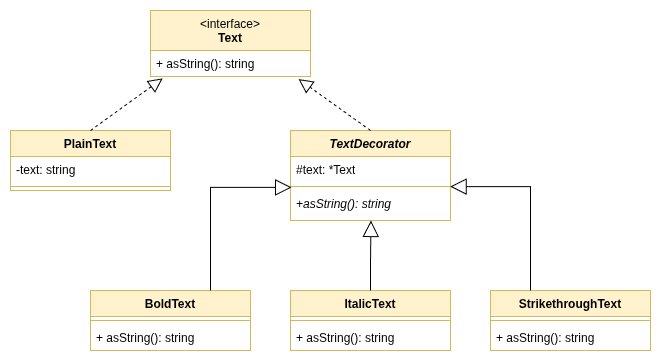
This is 05-Decorator/UML/uml.png from MrCabbageStick/Design-Patterns-Challange, a draw.io export, as it was before one commit. Source tidied: cells renumbered, new cells last; positions are measured from the earlier drawing's top-left corner, leaving out a move shared by most shapes. The source it was exported from:
```xml
<mxGraphModel>
  <root>
    <mxCell id="0" />
    <mxCell id="1" parent="0" />
    <mxCell id="2" value="&lt;span style=&quot;font-weight: normal;&quot;&gt;&amp;lt;interface&amp;gt;&lt;br&gt;&lt;/span&gt;Text" style="swimlane;fontStyle=1;align=center;verticalAlign=top;horizontal=1;startSize=40;whiteSpace=wrap;html=1;fillColor=#fff2cc;strokeColor=#d6b656;" parent="1" vertex="1">
      <mxGeometry x="140" width="160" height="66" as="geometry" />
    </mxCell>
    <mxCell id="3" value="+ asString(): string" style="text;strokeColor=none;fillColor=none;align=left;verticalAlign=top;spacingLeft=4;spacingRight=4;overflow=hidden;points=[[0,0.5],[1,0.5]];portConstraint=eastwest;whiteSpace=wrap;html=1;" parent="2" vertex="1">
      <mxGeometry y="40" width="160" height="26" as="geometry" />
    </mxCell>
    <mxCell id="4" value="PlainText" style="swimlane;fontStyle=1;align=center;verticalAlign=top;horizontal=1;startSize=26;whiteSpace=wrap;html=1;fillColor=#fff2cc;strokeColor=#d6b656;" parent="1" vertex="1">
      <mxGeometry y="120" width="160" height="60" as="geometry" />
    </mxCell>
    <mxCell id="5" value="-text: string" style="text;strokeColor=none;fillColor=none;align=left;verticalAlign=top;spacingLeft=4;spacingRight=4;overflow=hidden;whiteSpace=wrap;html=1;" parent="4" vertex="1">
      <mxGeometry y="26" width="160" height="26" as="geometry" />
    </mxCell>
    <mxCell id="6" style="line;strokeWidth=1;fillColor=none;align=left;verticalAlign=middle;spacingTop=-1;spacingLeft=3;spacingRight=3;labelPosition=right;strokeColor=inherit;" parent="4" vertex="1">
      <mxGeometry y="52" width="160" height="8" as="geometry" />
    </mxCell>
    <mxCell id="7" value="&lt;i&gt;TextDecorator&lt;/i&gt;" style="swimlane;fontStyle=1;align=center;verticalAlign=top;horizontal=1;startSize=26;whiteSpace=wrap;html=1;fillColor=#fff2cc;strokeColor=#d6b656;" parent="1" vertex="1">
      <mxGeometry x="280" y="120" width="160" height="90" as="geometry" />
    </mxCell>
    <mxCell id="8" style="endArrow=block;dashed=1;endFill=0;endSize=12;html=1;rounded=0;entryX=0.925;entryY=1.099;entryDx=0;entryDy=0;entryPerimeter=0;" parent="7" edge="1" target="3">
      <mxGeometry relative="1" as="geometry">
        <mxPoint x="80" as="sourcePoint" />
      </mxGeometry>
    </mxCell>
    <mxCell id="9" value="#text: *Text" style="text;strokeColor=none;fillColor=none;align=left;verticalAlign=top;spacingLeft=4;spacingRight=4;overflow=hidden;points=[[0,0.5],[1,0.5]];portConstraint=eastwest;whiteSpace=wrap;html=1;" parent="7" vertex="1">
      <mxGeometry y="26" width="160" height="26" as="geometry" />
    </mxCell>
    <mxCell id="10" style="line;strokeWidth=1;fillColor=none;align=left;verticalAlign=middle;spacingTop=-1;spacingLeft=3;spacingRight=3;labelPosition=right;points=[];portConstraint=eastwest;strokeColor=inherit;" parent="7" vertex="1">
      <mxGeometry y="52" width="160" height="8" as="geometry" />
    </mxCell>
    <mxCell id="11" value="&lt;i&gt;+asString(): string&lt;/i&gt;" style="text;strokeColor=none;fillColor=none;align=left;verticalAlign=top;spacingLeft=4;spacingRight=4;overflow=hidden;points=[[0,0.5],[1,0.5]];portConstraint=eastwest;whiteSpace=wrap;html=1;" parent="7" vertex="1">
      <mxGeometry y="60" width="160" height="30" as="geometry" />
    </mxCell>
    <mxCell id="12" value="BoldText" style="swimlane;fontStyle=1;align=center;verticalAlign=top;horizontal=1;startSize=26;whiteSpace=wrap;html=1;fillColor=#fff2cc;strokeColor=#d6b656;" parent="1" vertex="1">
      <mxGeometry x="80" y="280" width="160" height="60" as="geometry" />
    </mxCell>
    <mxCell id="13" style="line;strokeWidth=1;fillColor=none;align=left;verticalAlign=middle;spacingTop=-1;spacingLeft=3;spacingRight=3;labelPosition=right;strokeColor=inherit;" parent="12" vertex="1">
      <mxGeometry y="26" width="160" height="8" as="geometry" />
    </mxCell>
    <mxCell id="14" value="+ asString(): string" style="text;strokeColor=none;fillColor=none;align=left;verticalAlign=top;spacingLeft=4;spacingRight=4;overflow=hidden;whiteSpace=wrap;html=1;" parent="12" vertex="1">
      <mxGeometry y="34" width="160" height="26" as="geometry" />
    </mxCell>
    <mxCell id="15" value="ItalicText" style="swimlane;fontStyle=1;align=center;verticalAlign=top;horizontal=1;startSize=26;whiteSpace=wrap;html=1;fillColor=#fff2cc;strokeColor=#d6b656;" parent="1" vertex="1">
      <mxGeometry x="280" y="280" width="160" height="60" as="geometry" />
    </mxCell>
    <mxCell id="16" style="line;strokeWidth=1;fillColor=none;align=left;verticalAlign=middle;spacingTop=-1;spacingLeft=3;spacingRight=3;labelPosition=right;strokeColor=inherit;" parent="15" vertex="1">
      <mxGeometry y="26" width="160" height="8" as="geometry" />
    </mxCell>
    <mxCell id="17" value="+ asString(): string" style="text;strokeColor=none;fillColor=none;align=left;verticalAlign=top;spacingLeft=4;spacingRight=4;overflow=hidden;whiteSpace=wrap;html=1;" parent="15" vertex="1">
      <mxGeometry y="34" width="160" height="26" as="geometry" />
    </mxCell>
    <mxCell id="18" value="StrikethroughText" style="swimlane;fontStyle=1;align=center;verticalAlign=top;horizontal=1;startSize=26;whiteSpace=wrap;html=1;fillColor=#fff2cc;strokeColor=#d6b656;" parent="1" vertex="1">
      <mxGeometry x="480" y="280" width="160" height="60" as="geometry" />
    </mxCell>
    <mxCell id="19" style="line;strokeWidth=1;fillColor=none;align=left;verticalAlign=middle;spacingTop=-1;spacingLeft=3;spacingRight=3;labelPosition=right;strokeColor=inherit;" parent="18" vertex="1">
      <mxGeometry y="26" width="160" height="8" as="geometry" />
    </mxCell>
    <mxCell id="20" value="+ asString(): string" style="text;strokeColor=none;fillColor=none;align=left;verticalAlign=top;spacingLeft=4;spacingRight=4;overflow=hidden;whiteSpace=wrap;html=1;" parent="18" vertex="1">
      <mxGeometry y="34" width="160" height="26" as="geometry" />
    </mxCell>
    <mxCell id="21" style="endArrow=block;dashed=1;endFill=0;endSize=12;html=1;rounded=0;exitX=0.5;exitY=0;exitDx=0;exitDy=0;entryX=0.076;entryY=1.073;entryDx=0;entryDy=0;entryPerimeter=0;" parent="1" edge="1" source="4" target="3">
      <mxGeometry relative="1" as="geometry" />
    </mxCell>
    <mxCell id="22" style="edgeStyle=orthogonalEdgeStyle;rounded=0;jettySize=auto;html=1;exitX=0.5;exitY=0;exitDx=0;exitDy=0;entryX=0.503;entryY=0.999;entryDx=0;entryDy=0;entryPerimeter=0;endArrow=block;endFill=0;endSize=14;" parent="1" edge="1" source="15" target="11">
      <mxGeometry relative="1" as="geometry" />
    </mxCell>
    <mxCell id="23" style="edgeStyle=orthogonalEdgeStyle;rounded=0;jettySize=auto;html=1;entryX=0.007;entryY=0.608;entryDx=0;entryDy=0;entryPerimeter=0;endArrow=block;endFill=0;endSize=14;" parent="1" edge="1" target="10">
      <mxGeometry relative="1" as="geometry">
        <mxPoint x="200" y="280" as="sourcePoint" />
        <Array as="points">
          <mxPoint x="200" y="280" />
          <mxPoint x="200" y="177" />
        </Array>
      </mxGeometry>
    </mxCell>
    <mxCell id="24" style="edgeStyle=orthogonalEdgeStyle;rounded=0;jettySize=auto;html=1;exitX=0.25;exitY=0;exitDx=0;exitDy=0;entryX=0.998;entryY=1.16;entryDx=0;entryDy=0;entryPerimeter=0;endArrow=block;endFill=0;endSize=14;" parent="1" edge="1" source="18" target="9">
      <mxGeometry relative="1" as="geometry" />
    </mxCell>
  </root>
</mxGraphModel>
```
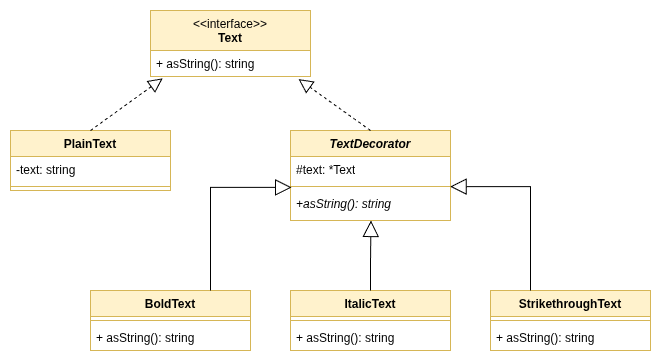
After the change.

Commit message:
Fix Observer stereotype marking

What changed in the source:
```diff
@@ -2,7 +2,7 @@
   <root>
     <mxCell id="0" />
     <mxCell id="1" parent="0" />
-    <mxCell id="2" value="&lt;span style=&quot;font-weight: normal;&quot;&gt;&amp;lt;interface&amp;gt;&lt;br&gt;&lt;/span&gt;Text" style="swimlane;fontStyle=1;align=center;verticalAlign=top;horizontal=1;startSize=40;whiteSpace=wrap;html=1;fillColor=#fff2cc;strokeColor=#d6b656;" parent="1" vertex="1">
+    <mxCell id="2" value="&lt;span style=&quot;font-weight: normal;&quot;&gt;&amp;lt;&amp;lt;interface&amp;gt;&amp;gt;&lt;br&gt;&lt;/span&gt;Text" style="swimlane;fontStyle=1;align=center;verticalAlign=top;horizontal=1;startSize=40;whiteSpace=wrap;html=1;fillColor=#fff2cc;strokeColor=#d6b656;" parent="1" vertex="1">
       <mxGeometry x="140" width="160" height="66" as="geometry" />
     </mxCell>
     <mxCell id="3" value="+ asString(): string" style="text;strokeColor=none;fillColor=none;align=left;verticalAlign=top;spacingLeft=4;spacingRight=4;overflow=hidden;points=[[0,0.5],[1,0.5]];portConstraint=eastwest;whiteSpace=wrap;html=1;" parent="2" vertex="1">
```
